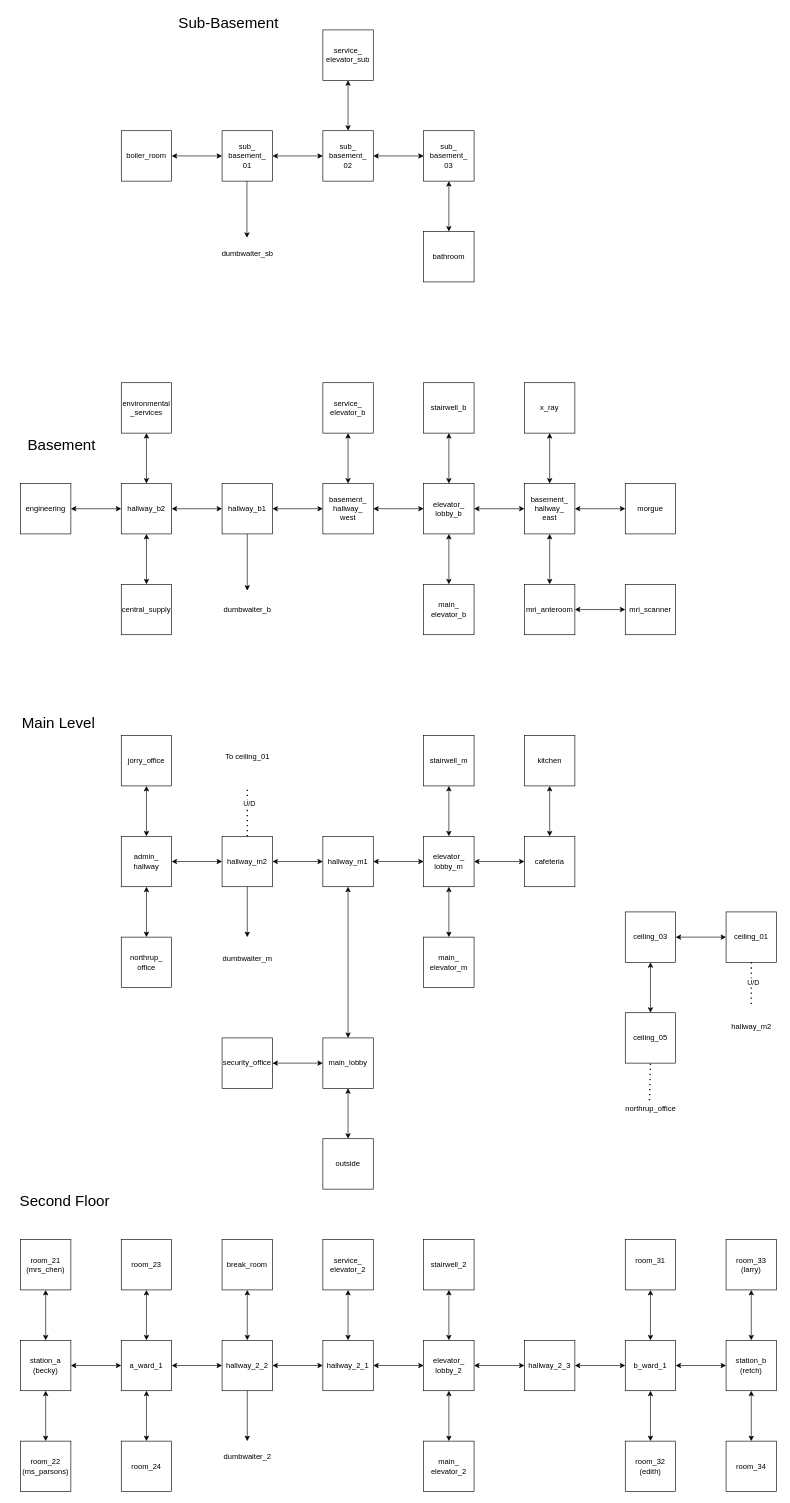
Above: asterix.drawio in cfmoorz2/Puny-Asterix (draw.io), before the change. Source tidied: cells renumbered, new cells numbered last; positions are measured from the earlier drawing's top-left corner, leaving out a move shared by most shapes. Both pictures are drawn from the tidied source at 63%, with x=0, y=0 at pixel (11, 11).
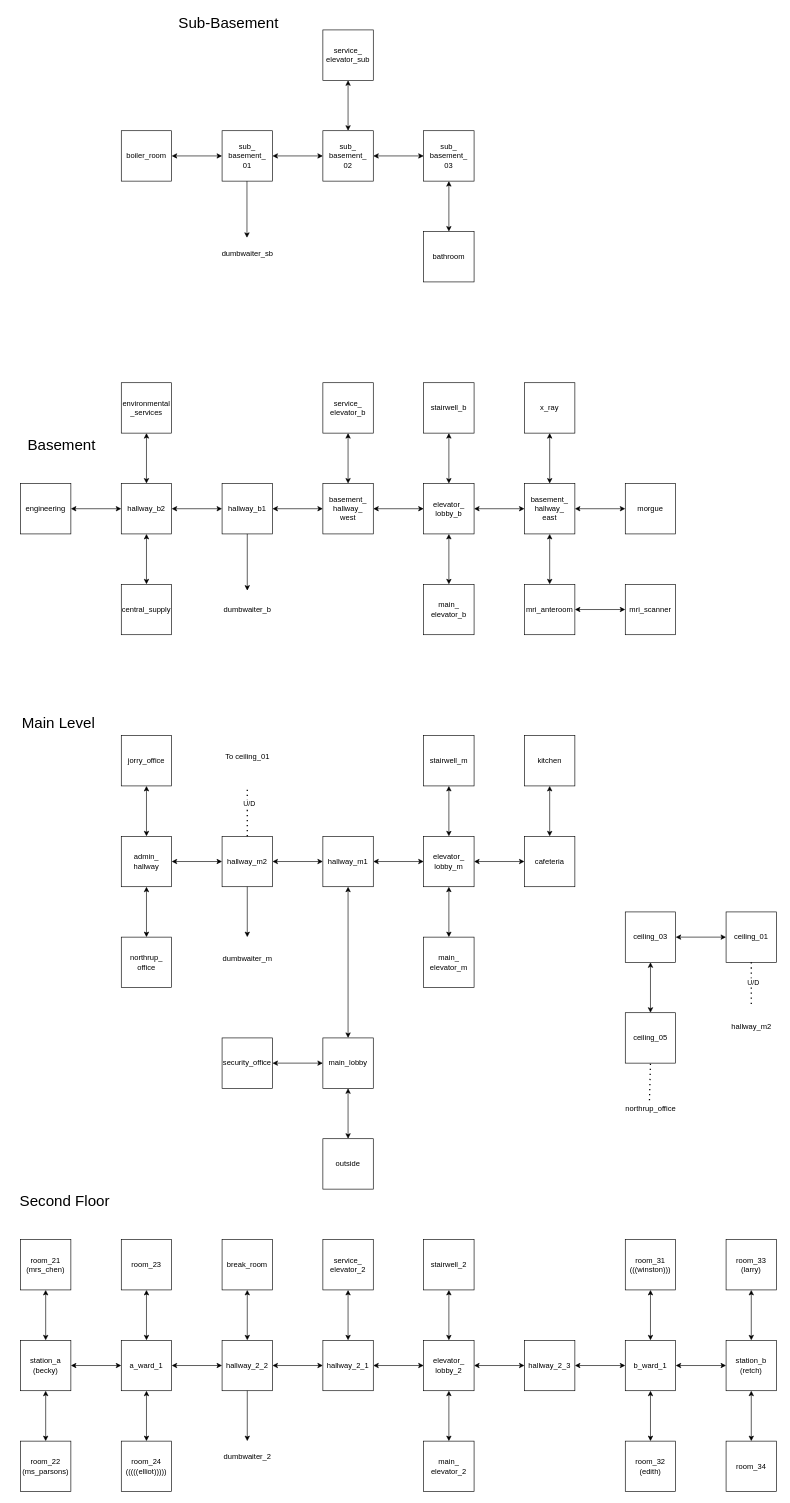
The same diagram, later.

Change to the diagram source:
```diff
@@
-    <mxCell id="84" value="room_24" style="whiteSpace=wrap;html=1;" parent="1" vertex="1">
+    <mxCell id="84" value="room_24&lt;div&gt;(((((elliot)))))&lt;/div&gt;" style="whiteSpace=wrap;html=1;" parent="1" vertex="1">
       <mxGeometry x="175" y="2270" width="80" height="80" as="geometry" />
     </mxCell>
@@
-    <mxCell id="90" value="room_31&lt;div&gt;&lt;br&gt;&lt;/div&gt;" style="whiteSpace=wrap;html=1;" parent="1" vertex="1">
+    <mxCell id="90" value="room_31&lt;div&gt;(((winston)))&lt;/div&gt;" style="whiteSpace=wrap;html=1;" parent="1" vertex="1">
       <mxGeometry x="975" y="1950" width="80" height="80" as="geometry" />
     </mxCell>
```
